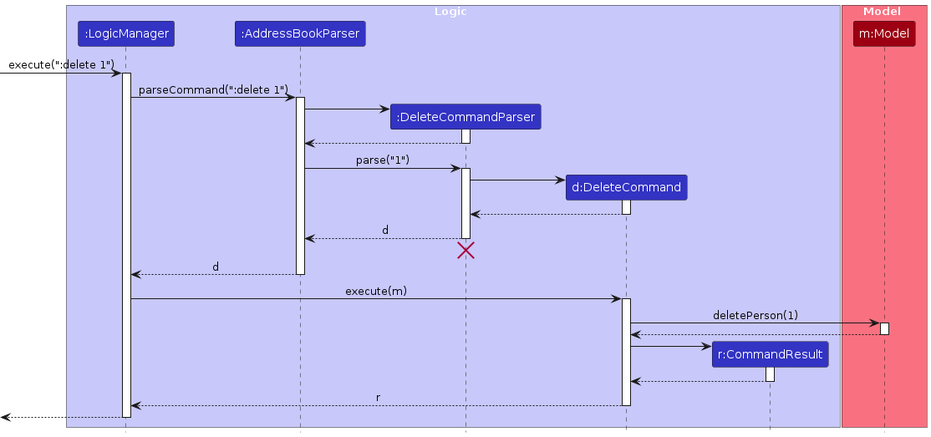
This is diagrams/DeleteSequenceDiagram.png from AY2526S2-CS2103T-T15-4/tp, a PlantUML export, as it was before one commit. Its source is kept beside it as diagrams/DeleteSequenceDiagram.puml.
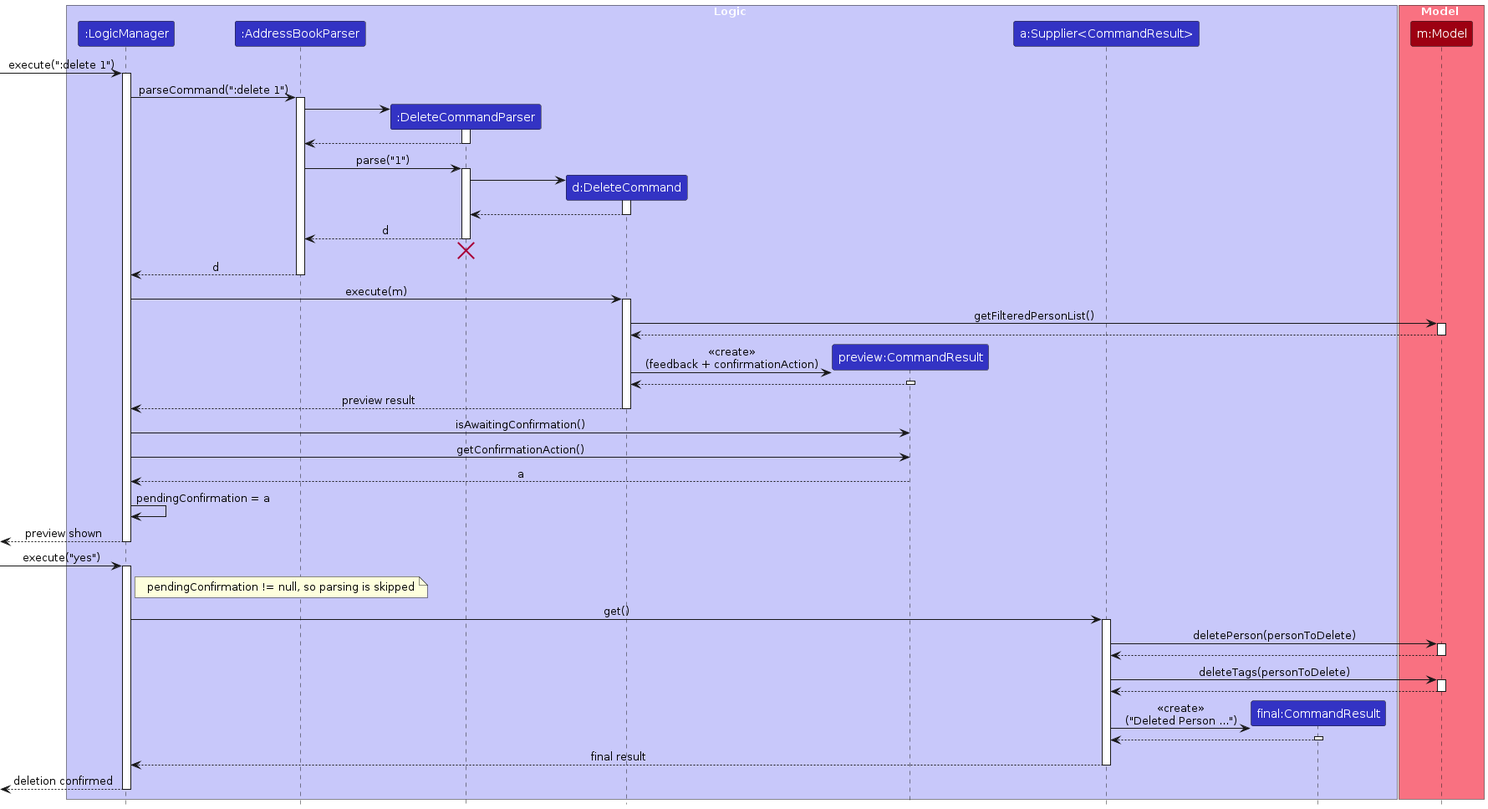
The same diagram one commit later.

Diff of the diagram source:
```diff
@@ -7,7 +7,9 @@
 participant ":AddressBookParser" as AddressBookParser LOGIC_COLOR
 participant ":DeleteCommandParser" as DeleteCommandParser LOGIC_COLOR
 participant "d:DeleteCommand" as DeleteCommand LOGIC_COLOR
-participant "r:CommandResult" as CommandResult LOGIC_COLOR
+participant "preview:CommandResult" as PreviewResult LOGIC_COLOR
+participant "a:Supplier<CommandResult>" as ConfirmationAction LOGIC_COLOR
+participant "final:CommandResult" as FinalResult LOGIC_COLOR
 end box
 
 box Model MODEL_COLOR_T1
@@ -48,22 +50,58 @@
 LogicManager -> DeleteCommand : execute(m)
 activate DeleteCommand
 
-DeleteCommand -> Model : deletePerson(1)
+DeleteCommand -> Model : getFilteredPersonList()
 activate Model
-
 Model --> DeleteCommand
 deactivate Model
 
-create CommandResult
-DeleteCommand -> CommandResult
-activate CommandResult
+create PreviewResult
+DeleteCommand -> PreviewResult : <<create>>\n(feedback + confirmationAction)
+activate PreviewResult
 
-CommandResult --> DeleteCommand
-deactivate CommandResult
+PreviewResult --> DeleteCommand
+deactivate PreviewResult
 
-DeleteCommand --> LogicManager : r
+DeleteCommand --> LogicManager : preview result
 deactivate DeleteCommand
 
-[<--LogicManager
+LogicManager -> PreviewResult : isAwaitingConfirmation()
+LogicManager -> PreviewResult : getConfirmationAction()
+PreviewResult --> LogicManager : a
+LogicManager -> LogicManager : pendingConfirmation = a
+
+
+[<-- LogicManager : preview shown
+deactivate LogicManager
+[-> LogicManager : execute("yes")
+activate LogicManager
+
+note right of LogicManager
+pendingConfirmation != null, so parsing is skipped
+end note
+
+LogicManager -> ConfirmationAction : get()
+activate ConfirmationAction
+
+ConfirmationAction -> Model : deletePerson(personToDelete)
+activate Model
+Model --> ConfirmationAction
+deactivate Model
+
+ConfirmationAction -> Model : deleteTags(personToDelete)
+activate Model
+Model --> ConfirmationAction
+deactivate Model
+
+create FinalResult
+ConfirmationAction -> FinalResult : <<create>>\n("Deleted Person ...")
+activate FinalResult
+FinalResult --> ConfirmationAction
+deactivate FinalResult
+
+ConfirmationAction --> LogicManager : final result
+deactivate ConfirmationAction
+
+[<-- LogicManager : deletion confirmed
 deactivate LogicManager
 @enduml
```
